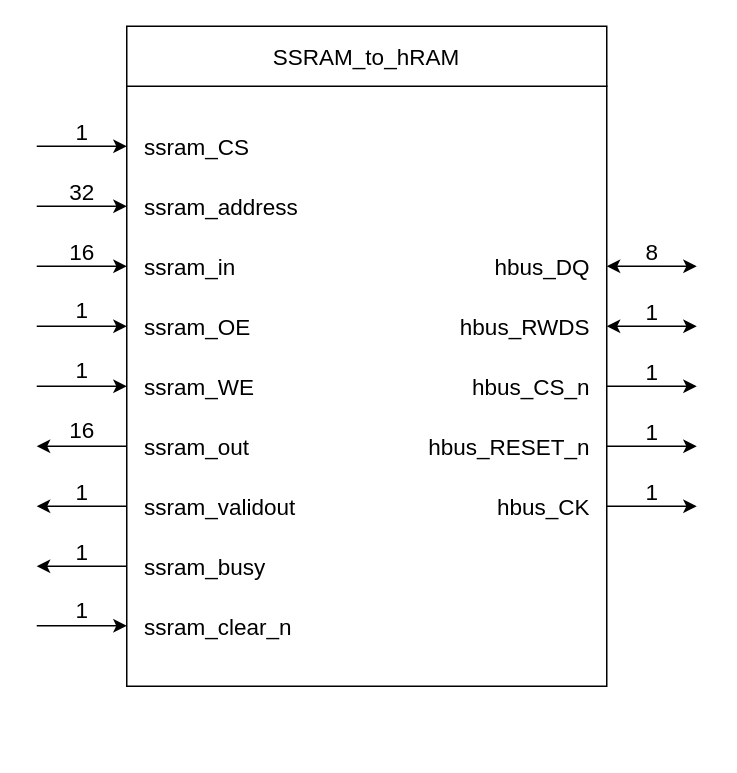
This is page "SSRAM_to_hRAM" (1 of 3) of rtl/SSRAM_to_hRAM.drawio from AndreaBononi/IP_cores, a draw.io file, before an edit. Source tidied: cells renumbered, new cells numbered last; positions are measured from the earlier drawing's top-left corner, leaving out a move shared by most shapes. Both pictures are drawn from the tidied source at 150%, with x=0, y=0 at pixel (36, 26).
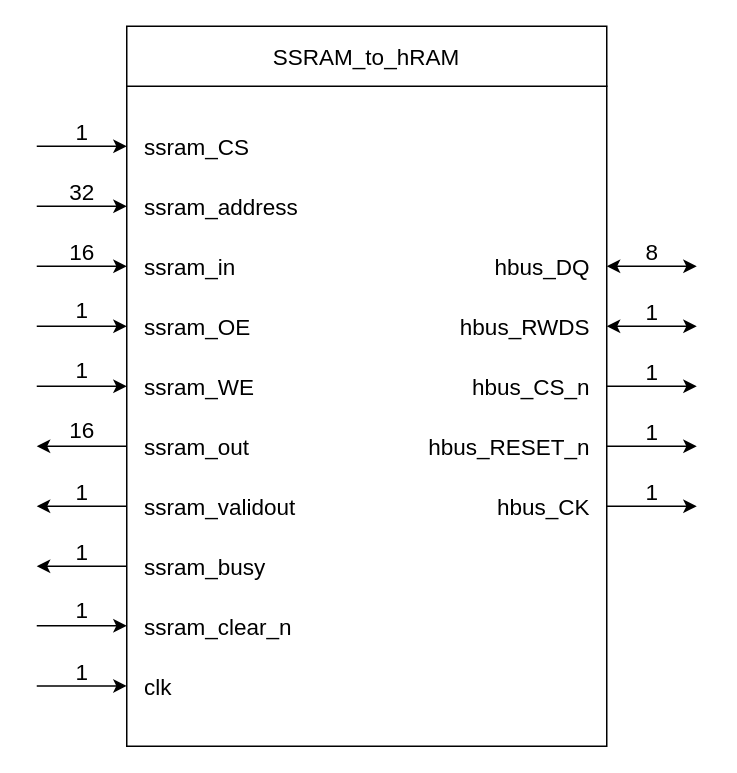
After the change.

Diff of the diagram source:
```diff
@@
     <mxCell id="2" style="rounded=0;whiteSpace=wrap;html=1;" parent="1" vertex="1">
-      <mxGeometry x="60" y="40" width="320" height="400" as="geometry" />
+      <mxGeometry x="60" y="40" width="320" height="440" as="geometry" />
     </mxCell>
@@
+    <mxCell id="46" style="endArrow=classic;html=1;rounded=0;fontSize=15;" parent="1" edge="1">
+      <mxGeometry relative="1" as="geometry">
+        <mxPoint y="439.8" as="sourcePoint" />
+        <mxPoint x="60" y="439.8" as="targetPoint" />
+      </mxGeometry>
+    </mxCell>
+    <mxCell id="47" value="1" style="text;html=1;align=center;verticalAlign=middle;strokeColor=none;fillColor=none;fontSize=15;" parent="1" vertex="1">
+      <mxGeometry x="20" y="420" width="20" height="20" as="geometry" />
+    </mxCell>
+    <mxCell id="48" value="&lt;font style=&quot;font-size: 15px;&quot;&gt;clk&lt;/font&gt;" style="text;html=1;align=left;verticalAlign=middle;strokeColor=none;fillColor=none;rotation=0;" parent="1" vertex="1">
+      <mxGeometry x="70" y="425" width="40" height="30" as="geometry" />
+    </mxCell>
```
